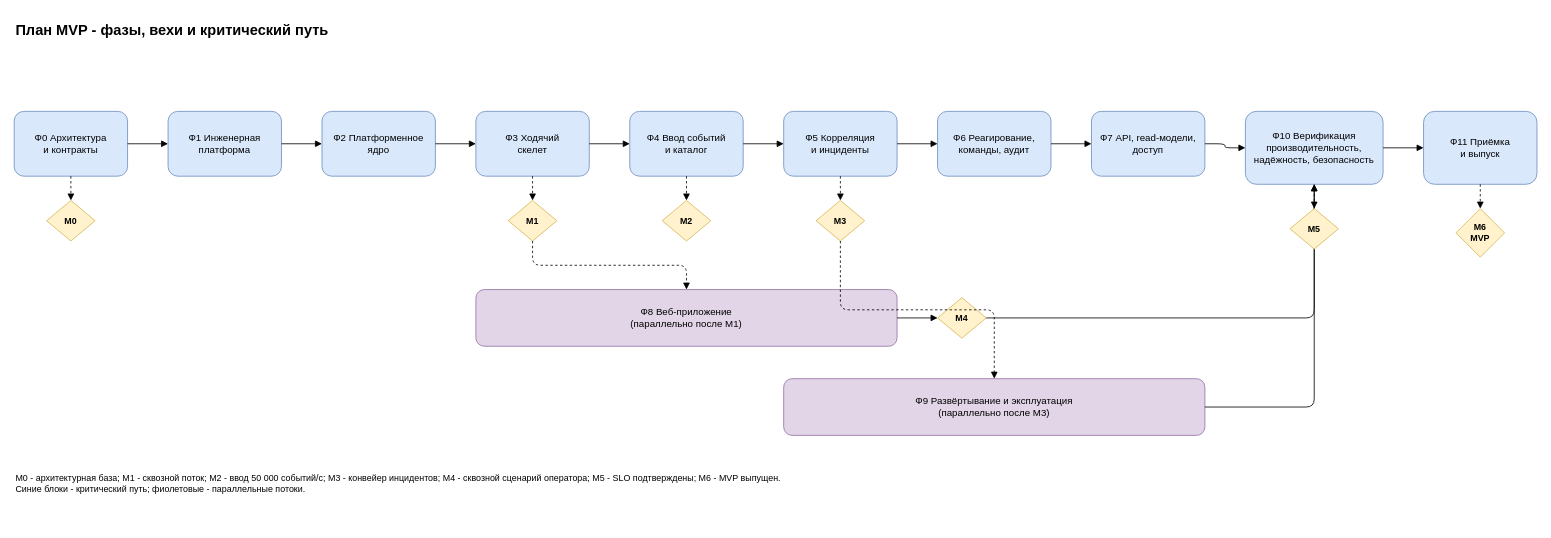
d8zerg/psim keeps this draw.io diagram as page "Фазы, вехи, критический путь" (2 of 2) of docs/psim-mvp-diagrams.drawio. Above is the earlier version. Source tidied: cells renumbered, new cells numbered last; positions are measured from the earlier drawing's top-left corner, leaving out a move shared by most shapes. Both pictures are drawn from the tidied source at 81%, with x=0, y=0 at pixel (14, 14).
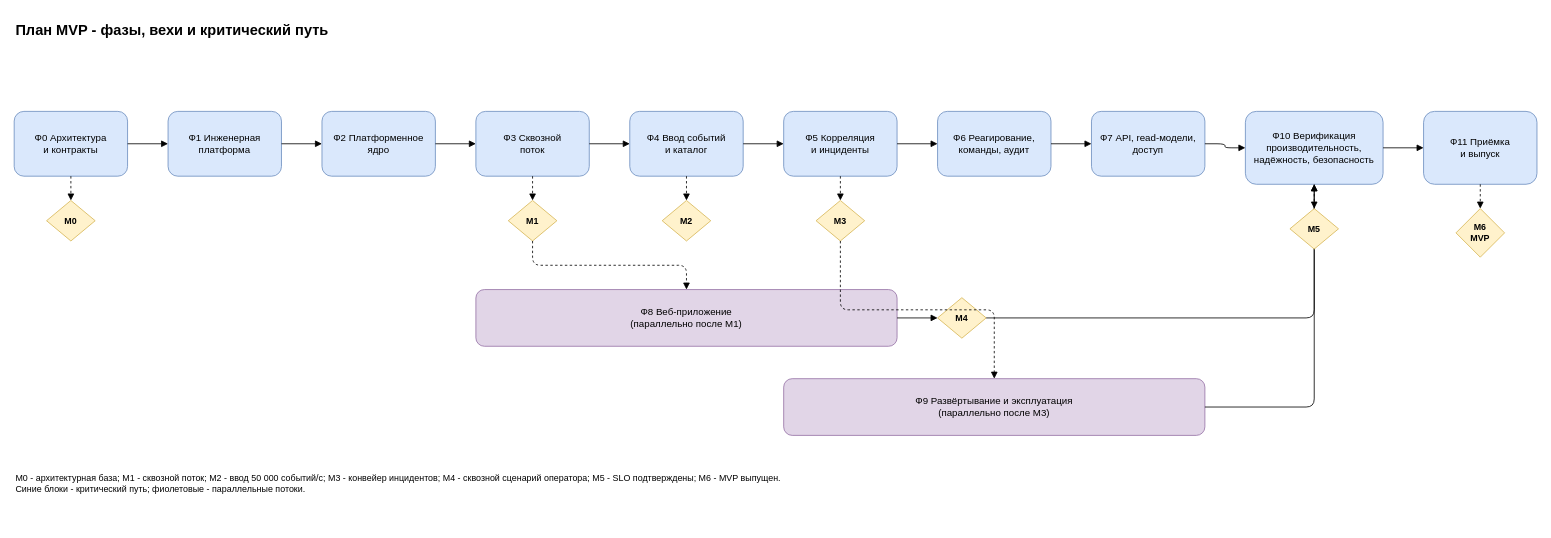
Above is the later version.

Diff of the diagram source:
```diff
@@
-    <mxCell id="10" value="Ф3 Ходячий&lt;br&gt;скелет" style="rounded=1;whiteSpace=wrap;html=1;fillColor=#dae8fc;strokeColor=#6c8ebf;fontSize=12;" parent="1" vertex="1">
+    <mxCell id="10" value="Ф3 Сквозной&lt;br&gt;поток" style="rounded=1;whiteSpace=wrap;html=1;fillColor=#dae8fc;strokeColor=#6c8ebf;fontSize=12;" parent="1" vertex="1">
       <mxGeometry x="570" y="120" width="140" height="80" as="geometry" />
     </mxCell>
```
